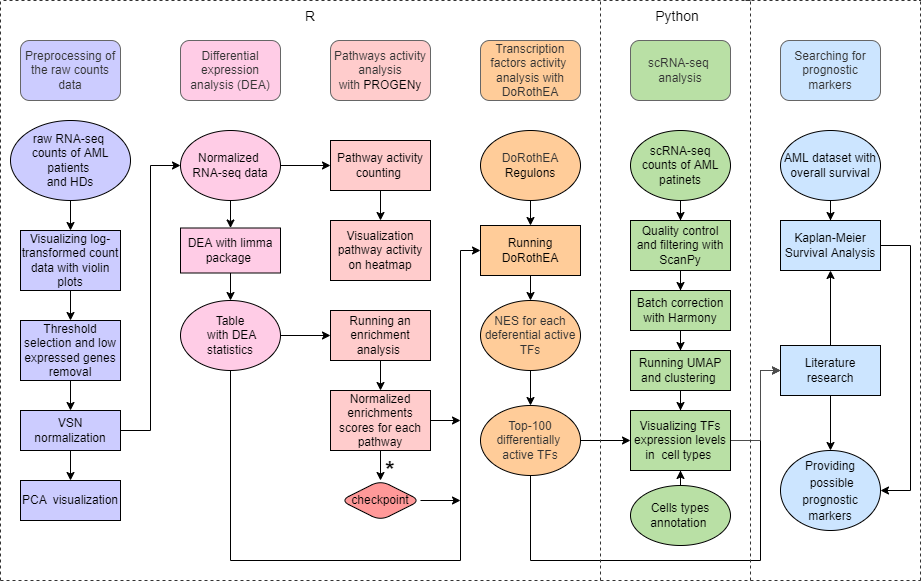
The draw.io diagram workflow.png in theCastleBuilder/Acute-myeloid-leukemia, before a commit. Source tidied: cells renumbered, new cells last; positions are measured from the earlier drawing's top-left corner, leaving out a move shared by most shapes.
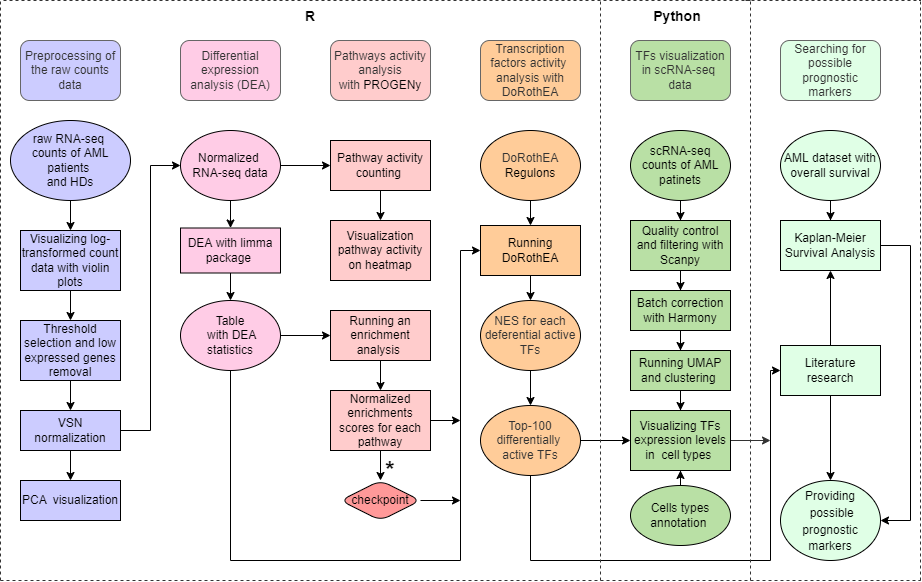
Above is the later version.

What changed in the source:
```diff
@@ -138,7 +138,7 @@
     <mxCell id="41" value="checkpoint" style="rhombus;whiteSpace=wrap;html=1;rounded=1;shadow=0;strokeColor=#000000;fillColor=#FF9999;" parent="1" vertex="1">
       <mxGeometry x="340" y="480" width="80" height="40" as="geometry" />
     </mxCell>
-    <mxCell id="42" value="scRNA-seq&amp;nbsp;&lt;br&gt;analysis" style="rounded=1;whiteSpace=wrap;html=1;fillColor=#B9E0A5;strokeColor=#666666;fontColor=#333333;" parent="1" vertex="1">
+    <mxCell id="42" value="TFs visualization in&amp;nbsp;scRNA-seq&amp;nbsp;&lt;br&gt;data" style="rounded=1;whiteSpace=wrap;html=1;fillColor=#B9E0A5;strokeColor=#666666;fontColor=#333333;" parent="1" vertex="1">
       <mxGeometry x="630" y="40" width="100" height="60" as="geometry" />
     </mxCell>
     <mxCell id="43" style="edgeStyle=orthogonalEdgeStyle;rounded=0;jettySize=auto;html=1;entryX=0;entryY=0.5;entryDx=0;entryDy=0;strokeColor=#000000;fillColor=#000000;" parent="1" edge="1" source="45" target="55">
@@ -148,8 +148,8 @@
       <mxGeometry relative="1" as="geometry">
         <Array as="points">
           <mxPoint x="530" y="560" />
-          <mxPoint x="760" y="560" />
-          <mxPoint x="760" y="370" />
+          <mxPoint x="770" y="560" />
+          <mxPoint x="770" y="370" />
         </Array>
       </mxGeometry>
     </mxCell>
@@ -159,7 +159,7 @@
     <mxCell id="46" style="edgeStyle=orthogonalEdgeStyle;rounded=0;jettySize=auto;html=1;entryX=0.5;entryY=0;entryDx=0;entryDy=0;strokeColor=#000000;fillColor=#000000;" parent="1" edge="1" source="47" target="49">
       <mxGeometry relative="1" as="geometry" />
     </mxCell>
-    <mxCell id="47" value="Quality control and filtering with ScanPy" style="rounded=0;whiteSpace=wrap;html=1;strokeColor=#000000;fillColor=#B9E0A5;" parent="1" vertex="1">
+    <mxCell id="47" value="Quality control and filtering with Scanpy" style="rounded=0;whiteSpace=wrap;html=1;strokeColor=#000000;fillColor=#B9E0A5;" parent="1" vertex="1">
       <mxGeometry x="630" y="220" width="100" height="50" as="geometry" />
     </mxCell>
     <mxCell id="48" style="edgeStyle=orthogonalEdgeStyle;rounded=0;jettySize=auto;html=1;entryX=0.5;entryY=0;entryDx=0;entryDy=0;strokeColor=#000000;fillColor=#000000;" parent="1" edge="1" source="49" target="51">
@@ -180,14 +180,11 @@
     <mxCell id="53" value="Cells types annotation&amp;nbsp;" style="ellipse;whiteSpace=wrap;html=1;rounded=1;strokeColor=#000000;fillColor=#B9E0A5;" parent="1" vertex="1">
       <mxGeometry x="630" y="485" width="100" height="60" as="geometry" />
     </mxCell>
-    <mxCell id="54" style="edgeStyle=orthogonalEdgeStyle;rounded=0;jettySize=auto;html=1;entryX=0;entryY=0.5;entryDx=0;entryDy=0;fontSize=18;strokeColor=#4D4D4D;fillColor=#000000;" parent="1" edge="1" source="55" target="58">
-      <mxGeometry relative="1" as="geometry">
-        <Array as="points">
-          <mxPoint x="760" y="440" />
-          <mxPoint x="760" y="370" />
-        </Array>
-      </mxGeometry>
-    </mxCell>
+    <mxCell id="78" style="edgeStyle=orthogonalEdgeStyle;rounded=0;jettySize=auto;html=1;fontSize=24;strokeColor=#333333;fillColor=#000000;" parent="1" edge="1" source="55">
+      <mxGeometry relative="1" as="geometry">
+        <mxPoint x="770" y="440" as="targetPoint" />
+      </mxGeometry>
+    </mxCell>
     <mxCell id="55" value="Visualizing TFs expression levels in&amp;nbsp; cell types&amp;nbsp;" style="rounded=0;whiteSpace=wrap;html=1;strokeColor=#000000;fillColor=#B9E0A5;" parent="1" vertex="1">
       <mxGeometry x="630" y="410" width="100" height="60" as="geometry" />
     </mxCell>
@@ -197,7 +194,7 @@
     <mxCell id="57" style="edgeStyle=orthogonalEdgeStyle;rounded=0;jettySize=auto;html=1;entryX=0.5;entryY=0;entryDx=0;entryDy=0;fontSize=14;strokeColor=#000000;fillColor=#000000;" parent="1" edge="1" source="58" target="68">
       <mxGeometry relative="1" as="geometry" />
     </mxCell>
-    <mxCell id="58" value="Literature research" style="rounded=0;whiteSpace=wrap;html=1;strokeColor=#000000;fillColor=#CCE5FF;" parent="1" vertex="1">
+    <mxCell id="58" value="Literature research" style="rounded=0;whiteSpace=wrap;html=1;strokeColor=#000000;fillColor=#E0FFE6;" parent="1" vertex="1">
       <mxGeometry x="780" y="345" width="100" height="50" as="geometry" />
     </mxCell>
     <mxCell id="59" style="edgeStyle=orthogonalEdgeStyle;rounded=0;jettySize=auto;html=1;entryX=0.5;entryY=0;entryDx=0;entryDy=0;strokeColor=#000000;fillColor=#000000;" parent="1" edge="1" source="60" target="45">
@@ -218,28 +215,28 @@
         <mxPoint x="600" as="targetPoint" />
       </mxGeometry>
     </mxCell>
-    <mxCell id="63" value="Searching for prognostic markers" style="rounded=1;whiteSpace=wrap;html=1;fillColor=#CCE5FF;strokeColor=#666666;fontColor=#333333;" parent="1" vertex="1">
+    <mxCell id="63" value="Searching for possible prognostic markers" style="rounded=1;whiteSpace=wrap;html=1;fillColor=#E0FFE6;strokeColor=#666666;fontColor=#333333;" parent="1" vertex="1">
       <mxGeometry x="780" y="40" width="100" height="60" as="geometry" />
     </mxCell>
     <mxCell id="64" style="edgeStyle=orthogonalEdgeStyle;rounded=0;jettySize=auto;html=1;entryX=1;entryY=0.5;entryDx=0;entryDy=0;fontSize=14;strokeColor=#000000;fillColor=#000000;" parent="1" edge="1" source="65" target="68">
       <mxGeometry relative="1" as="geometry">
         <Array as="points">
           <mxPoint x="910" y="245" />
-          <mxPoint x="910" y="490" />
+          <mxPoint x="910" y="520" />
         </Array>
       </mxGeometry>
     </mxCell>
-    <mxCell id="65" value="Kaplan-Meier Survival Analysis" style="rounded=0;whiteSpace=wrap;html=1;strokeColor=#000000;fillColor=#CCE5FF;" parent="1" vertex="1">
+    <mxCell id="65" value="Kaplan-Meier Survival Analysis" style="rounded=0;whiteSpace=wrap;html=1;strokeColor=#000000;fillColor=#E0FFE6;" parent="1" vertex="1">
       <mxGeometry x="780" y="220" width="100" height="50" as="geometry" />
     </mxCell>
     <mxCell id="66" style="edgeStyle=orthogonalEdgeStyle;rounded=0;jettySize=auto;html=1;fontSize=14;strokeColor=#000000;fillColor=#000000;" parent="1" edge="1" source="67" target="65">
       <mxGeometry relative="1" as="geometry" />
     </mxCell>
-    <mxCell id="67" value="AML dataset with overall survival" style="ellipse;whiteSpace=wrap;html=1;rounded=1;strokeColor=#000000;fillColor=#CCE5FF;" parent="1" vertex="1">
+    <mxCell id="67" value="AML dataset with overall survival" style="ellipse;whiteSpace=wrap;html=1;rounded=1;strokeColor=#000000;fillColor=#E0FFE6;" parent="1" vertex="1">
       <mxGeometry x="780" y="130" width="100" height="70" as="geometry" />
     </mxCell>
-    <mxCell id="68" value="&lt;span style=&quot;font-size: 12px;&quot;&gt;Providing&lt;br&gt;&amp;nbsp;possible prognostic markers&lt;/span&gt;" style="ellipse;whiteSpace=wrap;html=1;rounded=1;shadow=0;fontSize=14;strokeColor=#000000;fillColor=#CCE5FF;" parent="1" vertex="1">
-      <mxGeometry x="780" y="450" width="100" height="80" as="geometry" />
+    <mxCell id="68" value="&lt;span style=&quot;font-size: 12px;&quot;&gt;Providing&lt;br&gt;&amp;nbsp;possible prognostic markers&lt;/span&gt;" style="ellipse;whiteSpace=wrap;html=1;rounded=1;shadow=0;fontSize=14;strokeColor=#000000;fillColor=#E0FFE6;" parent="1" vertex="1">
+      <mxGeometry x="780" y="480" width="100" height="80" as="geometry" />
     </mxCell>
     <mxCell id="69" value="&lt;font style=&quot;font-size: 24px;&quot;&gt;&lt;b style=&quot;&quot;&gt;*&lt;/b&gt;&lt;/font&gt;" style="text;html=1;strokeColor=none;fillColor=none;align=center;verticalAlign=middle;whiteSpace=wrap;rounded=0;shadow=0;fontSize=14;" parent="1" vertex="1">
       <mxGeometry x="360" y="455" width="60" height="30" as="geometry" />
@@ -262,10 +259,10 @@
         <mxPoint x="750" as="targetPoint" />
       </mxGeometry>
     </mxCell>
-    <mxCell id="73" value="&lt;font style=&quot;font-size: 14px;&quot;&gt;R&lt;/font&gt;" style="text;html=1;strokeColor=none;fillColor=none;align=center;verticalAlign=middle;whiteSpace=wrap;rounded=0;shadow=0;fontSize=18;" parent="1" vertex="1">
+    <mxCell id="73" value="&lt;font style=&quot;font-size: 14px;&quot;&gt;&lt;b&gt;R&lt;/b&gt;&lt;/font&gt;" style="text;html=1;strokeColor=none;fillColor=none;align=center;verticalAlign=middle;whiteSpace=wrap;rounded=0;shadow=0;fontSize=18;" parent="1" vertex="1">
       <mxGeometry x="280" width="60" height="30" as="geometry" />
     </mxCell>
-    <mxCell id="74" value="&lt;font style=&quot;font-size: 14px;&quot;&gt;Python&lt;/font&gt;" style="text;html=1;strokeColor=none;fillColor=none;align=center;verticalAlign=middle;whiteSpace=wrap;rounded=0;shadow=0;fontSize=18;" parent="1" vertex="1">
+    <mxCell id="74" value="&lt;font style=&quot;font-size: 14px;&quot;&gt;&lt;b&gt;Python&lt;/b&gt;&lt;/font&gt;" style="text;html=1;strokeColor=none;fillColor=none;align=center;verticalAlign=middle;whiteSpace=wrap;rounded=0;shadow=0;fontSize=18;" parent="1" vertex="1">
       <mxGeometry x="647" width="60" height="30" as="geometry" />
     </mxCell>
     <mxCell id="75" style="endArrow=none;dashed=1;html=1;rounded=0;fontSize=14;strokeColor=#333333;fillColor=#000000;" parent="1" edge="1">
```
